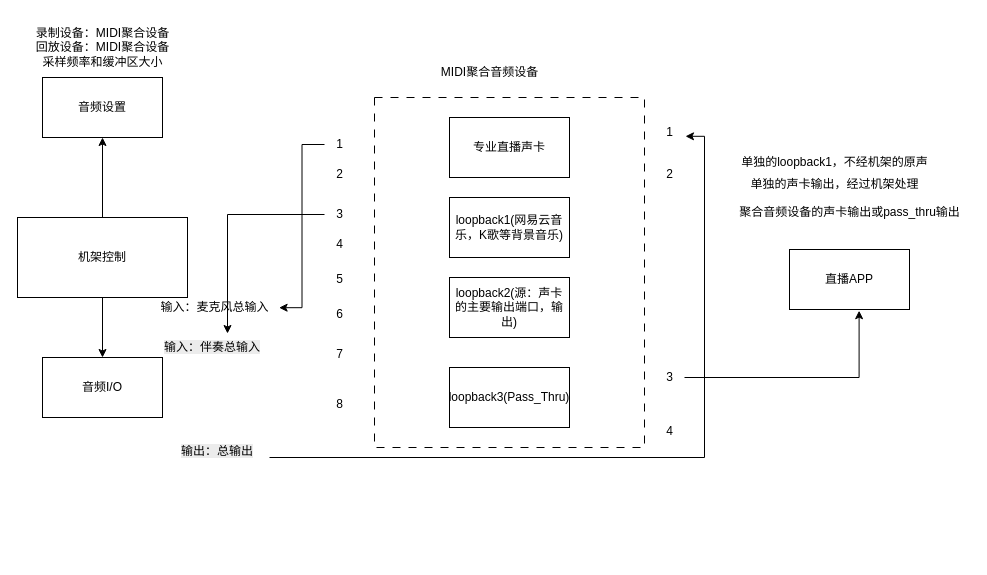
This is test.drawio from q30china/draw, a draw.io file, before an edit. Source tidied: cells renumbered, new cells numbered last; positions are measured from the earlier drawing's top-left corner, leaving out a move shared by most shapes. Both pictures are drawn from the tidied source at 100%, with x=0, y=0 at pixel (17, 17).
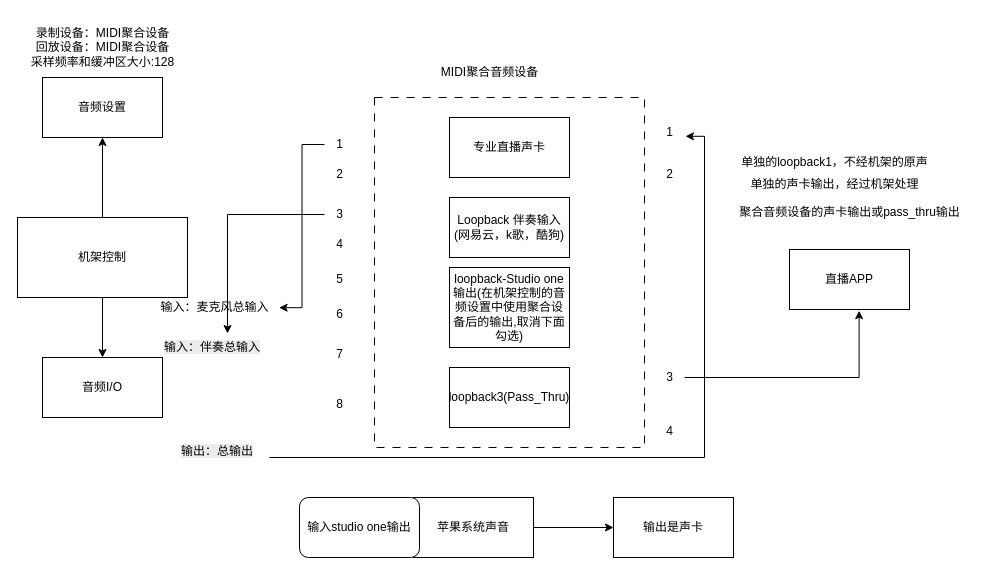
After the change.

Change to the diagram source:
```diff
@@
-    <mxCell id="7" value="loopback1(网易云音乐，K歌等背景音乐)" style="rounded=0;whiteSpace=wrap;html=1;" parent="1" vertex="1">
+    <mxCell id="7" value="Loopback 伴奏输入(网易云，k歌，酷狗)" style="rounded=0;whiteSpace=wrap;html=1;" parent="1" vertex="1">
       <mxGeometry x="432" y="180" width="120" height="60" as="geometry" />
     </mxCell>
-    <mxCell id="8" value="loopback2(源：声卡的主要输出端口，输出)" style="rounded=0;whiteSpace=wrap;html=1;" parent="1" vertex="1">
-      <mxGeometry x="432" y="260" width="120" height="60" as="geometry" />
+    <mxCell id="8" value="loopback-Studio one输出(在机架控制的音频设置中使用聚合设备后的输出,取消下面勾选)" style="rounded=0;whiteSpace=wrap;html=1;" parent="1" vertex="1">
+      <mxGeometry x="432" y="250" width="120" height="80" as="geometry" />
     </mxCell>
@@
-    <mxCell id="12" value="录制设备：MIDI聚合设备&lt;div&gt;回放设备：MIDI聚合设备&lt;/div&gt;&lt;div&gt;采样频率和缓冲区大小&lt;/div&gt;" style="text;html=1;align=center;verticalAlign=middle;strokeColor=none;fillColor=none;" parent="1" vertex="1">
-      <mxGeometry x="5" width="160" height="60" as="geometry" />
+    <mxCell id="12" value="录制设备：MIDI聚合设备&lt;div&gt;回放设备：MIDI聚合设备&lt;/div&gt;&lt;div&gt;采样频率和缓冲区大小:128&lt;/div&gt;" style="text;html=1;align=center;verticalAlign=middle;strokeColor=none;fillColor=none;" parent="1" vertex="1">
+      <mxGeometry width="170" height="60" as="geometry" />
     </mxCell>
@@
+    <mxCell id="37" style="edgeStyle=orthogonalEdgeStyle;rounded=0;jettySize=auto;html=1;" parent="1" edge="1" source="38" target="40">
+      <mxGeometry relative="1" as="geometry" />
+    </mxCell>
+    <mxCell id="38" value="苹果系统声音" style="rounded=0;whiteSpace=wrap;html=1;" parent="1" vertex="1">
+      <mxGeometry x="396" y="480" width="120" height="60" as="geometry" />
+    </mxCell>
+    <mxCell id="39" value="输入studio one输出" style="rounded=1;whiteSpace=wrap;html=1;" parent="1" vertex="1">
+      <mxGeometry x="282" y="480" width="120" height="60" as="geometry" />
+    </mxCell>
+    <mxCell id="40" value="输出是声卡" style="whiteSpace=wrap;html=1;rounded=0;" parent="1" vertex="1">
+      <mxGeometry x="596" y="480" width="120" height="60" as="geometry" />
+    </mxCell>
```
